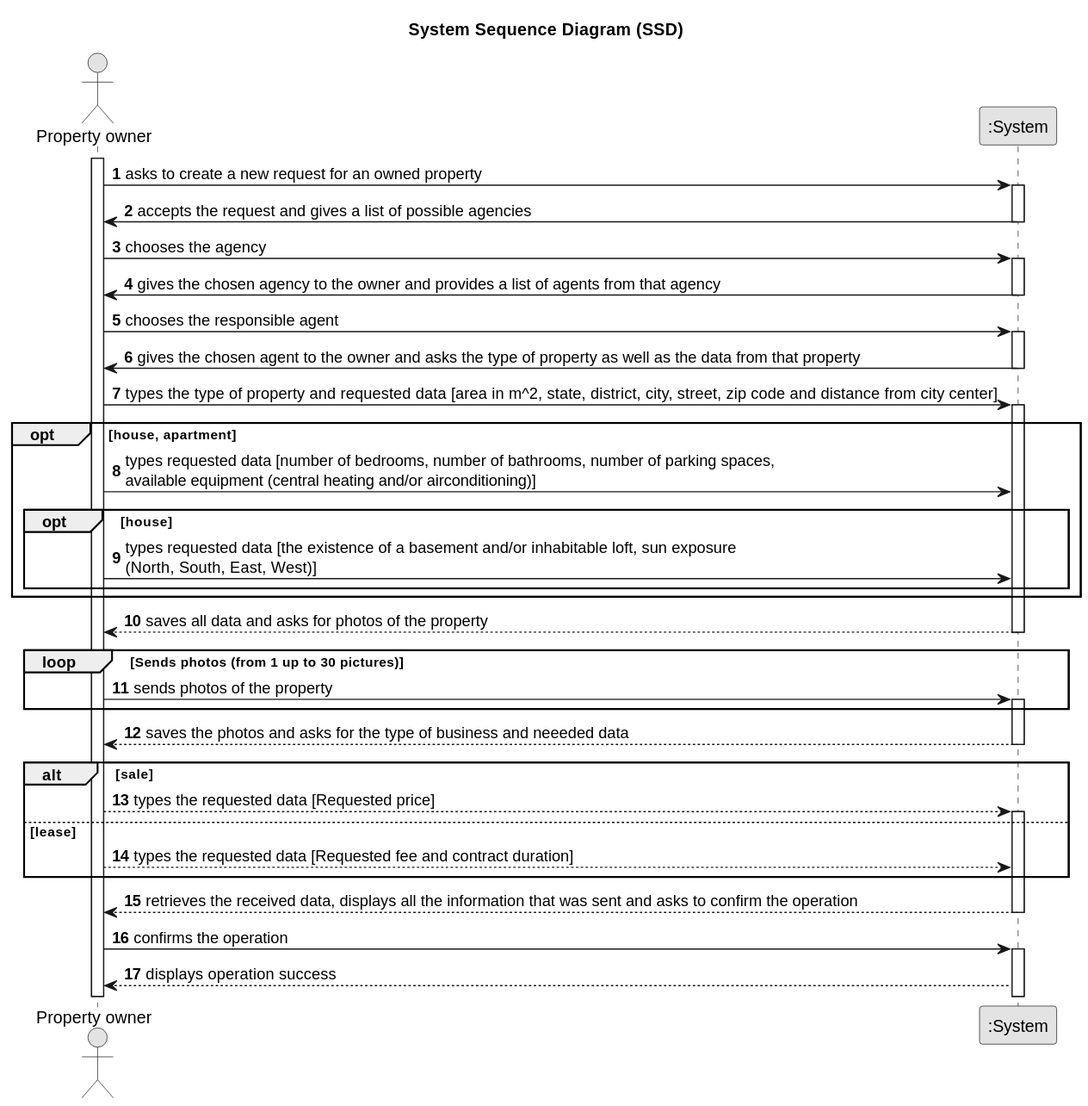
This is docs/sprintB/US04/01.requirements-engineering/svg/us04-system-sequence-diagram-alternative-one.svg from PureNimble/ISEP-LAPR2, a PlantUML export, as it was before one commit. The source it was exported from:
```plantuml
@startuml
skinparam monochrome true
skinparam packageStyle rectangle
skinparam shadowing false

title System Sequence Diagram (SSD)

autonumber

actor "Property owner" as Owner
participant ":System" as sys

activate Owner


    Owner -> sys : asks to create a new request for an owned property
    activate sys

    sys -> Owner : accepts the request and gives a list of possible agencies
    deactivate sys

    Owner -> sys : chooses the agency
    activate sys

    sys -> Owner : gives the chosen agency to the owner and provides a list of agents from that agency
    deactivate sys

    Owner -> sys : chooses the responsible agent
    activate sys

    sys -> Owner : gives the chosen agent to the owner and asks the type of property as well as the data from that property
    deactivate sys

    Owner -> sys : types the type of property and requested data [area in m^2, state, district, city, street, zip code and distance from city center]
    activate sys

    opt house, apartment
        Owner -> sys : types requested data [number of bedrooms, number of bathrooms, number of parking spaces, \navailable equipment (central heating and/or airconditioning)]
        opt house
            Owner -> sys : types requested data [the existence of a basement and/or inhabitable loft, sun exposure \n(North, South, East, West)]
        end
    end

    sys ---> Owner : saves all data and asks for photos of the property
    deactivate sys

    loop Sends photos (from 1 up to 30 pictures)

        Owner -> sys : sends photos of the property
        activate sys

    end

    sys ---> Owner : saves the photos and asks for the type of business and neeeded data
    deactivate sys

    alt sale
            Owner ---> sys : types the requested data [Requested price]
            activate sys

        else lease

            Owner ---> sys : types the requested data [Requested fee and contract duration]

    end

    sys --> Owner : retrieves the received data, displays all the information that was sent and asks to confirm the operation
    deactivate sys

    Owner -> sys : confirms the operation
    activate sys

    sys --> Owner : displays operation success

    @enduml
```
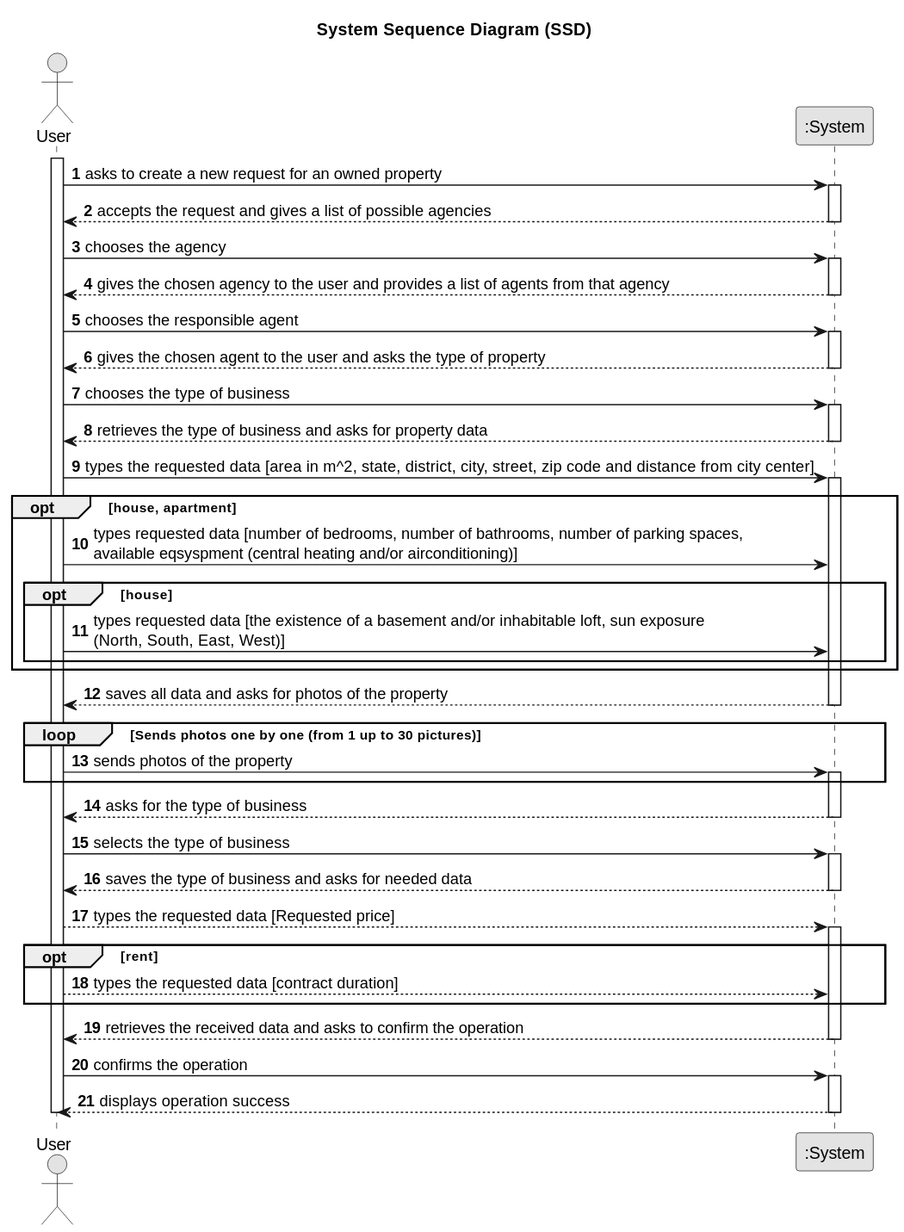
Above is the later version.

What changed in the source:
```diff
@@ -7,69 +7,76 @@
 
 autonumber
 
-actor "Property owner" as Owner
+actor "User" as user
 participant ":System" as sys
 
-activate Owner
+    activate user
 
-
-    Owner -> sys : asks to create a new request for an owned property
+    user -> sys: asks to create a new request for an owned property
     activate sys
 
-    sys -> Owner : accepts the request and gives a list of possible agencies
+    sys --> user : accepts the request and gives a list of possible agencies
     deactivate sys
 
-    Owner -> sys : chooses the agency
+    user -> sys : chooses the agency
     activate sys
 
-    sys -> Owner : gives the chosen agency to the owner and provides a list of agents from that agency
+    sys --> user : gives the chosen agency to the user and provides a list of agents from that agency
     deactivate sys
 
-    Owner -> sys : chooses the responsible agent
+    user -> sys : chooses the responsible agent
     activate sys
 
-    sys -> Owner : gives the chosen agent to the owner and asks the type of property as well as the data from that property
+    sys --> user : gives the chosen agent to the user and asks the type of property
     deactivate sys
 
-    Owner -> sys : types the type of property and requested data [area in m^2, state, district, city, street, zip code and distance from city center]
+    user -> sys : chooses the type of business
     activate sys
 
-    opt house, apartment
-        Owner -> sys : types requested data [number of bedrooms, number of bathrooms, number of parking spaces, \navailable equipment (central heating and/or airconditioning)]
-        opt house
-            Owner -> sys : types requested data [the existence of a basement and/or inhabitable loft, sun exposure \n(North, South, East, West)]
+    sys --> user : retrieves the type of business and asks for property data
+    deactivate sys
+
+    user -> sys : types the requested data [area in m^2, state, district, city, street, zip code and distance from city center]
+        activate sys
+        opt house, apartment
+            user -> sys : types requested data [number of bedrooms, number of bathrooms, number of parking spaces, \navailable eqsyspment (central heating and/or airconditioning)]
+            opt house
+                user -> sys : types requested data [the existence of a basement and/or inhabitable loft, sun exposure \n(North, South, East, West)]
+            end
         end
+
+    sys ---> user : saves all data and asks for photos of the property
+    deactivate sys
+
+    loop Sends photos one by one (from 1 up to 30 pictures)
+
+        user -> sys : sends photos of the property
+        activate sys
     end
 
-    sys ---> Owner : saves all data and asks for photos of the property
+    sys ---> user : asks for the type of business
     deactivate sys
 
-    loop Sends photos (from 1 up to 30 pictures)
+    user -> sys : selects the type of business
+    activate sys
 
-        Owner -> sys : sends photos of the property
-        activate sys
+    sys --> user : saves the type of business and asks for needed data
+    deactivate sys
 
+    user ---> sys : types the requested data [Requested price]
+    activate sys
+
+    opt rent
+        user ---> sys : types the requested data [contract duration]
     end
 
-    sys ---> Owner : saves the photos and asks for the type of business and neeeded data
+    sys --> user : retrieves the received data and asks to confirm the operation
     deactivate sys
 
-    alt sale
-            Owner ---> sys : types the requested data [Requested price]
-            activate sys
-
-        else lease
-
-            Owner ---> sys : types the requested data [Requested fee and contract duration]
-
-    end
-
-    sys --> Owner : retrieves the received data, displays all the information that was sent and asks to confirm the operation
-    deactivate sys
-
-    Owner -> sys : confirms the operation
+    user -> sys : confirms the operation
     activate sys
 
-    sys --> Owner : displays operation success
-
+    sys --> user : displays operation success
+    deactivate sys
+    deactivate user
     @enduml
```
